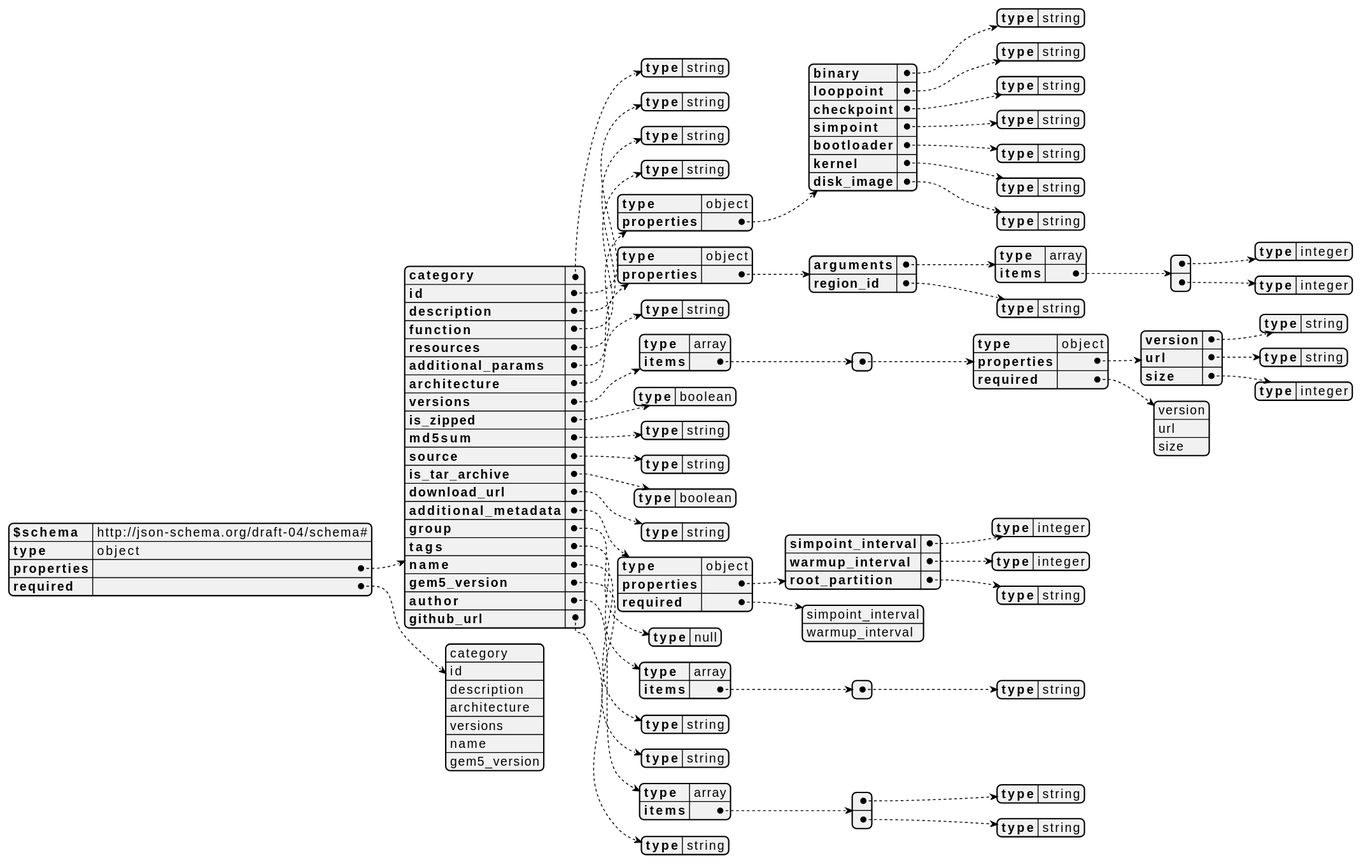
This is docs/JSON_UML.svg from gem5/gem5-resources-website, a PlantUML export, as it was before one commit. The source it was exported from:
```plantuml
@startjson
{
    "$schema": "http://json-schema.org/draft-04/schema#",
    "type": "object",
    "properties": {
      "category": {
        "type": "string"
      },
      "id": {
        "type": "string"
      },
      "description": {
        "type": "string"
      },
      "function": {
        "type": "string"
      },
      "resources": {
        "type": "object",
        "properties": {
          "binary": {
            "type": "string"
          },
          "looppoint": {
            "type": "string"
          },
          "checkpoint": {
            "type": "string"
          },
          "simpoint": {
            "type": "string"
          },
          "bootloader": {
            "type": "string"
          },
          "kernel": {
            "type": "string"
          },
          "disk_image": {
            "type": "string"
          }
        }
      },
      "additional_params": {
        "type": "object",
        "properties": {
          "arguments": {
            "type": "array",
            "items": [
              {
                "type": "integer"
              },
              {
                "type": "integer"
              }
            ]
          },
          "region_id": {
            "type": "string"
          }
        }
      },
      "architecture": {
        "type": "string"
      },
      "versions": {
        "type": "array",
        "items": [
          {
            "type": "object",
            "properties": {
              "version": {
                "type": "string"
              },
              "url": {
                "type": "string"
              },
              "size": {
                "type": "integer"
              }
            },
            "required": [
              "version",
              "url",
              "size"
            ]
          }
        ]
      },
      "is_zipped": {
        "type": "boolean"
      },
      "md5sum": {
        "type": "string"
      },
      "source": {
        "type": "string"
      },
      "is_tar_archive": {
        "type": "boolean"
      },
      "download_url": {
        "type": "string"
      },
      "additional_metadata": {
        "type": "object",
        "properties": {
          "simpoint_interval": {
            "type": "integer"
          },
          "warmup_interval": {
            "type": "integer"
          },
          "root_partition": {
            "type": "string"
          }
        },
        "required": [
          "simpoint_interval",
          "warmup_interval"
        ]
      },
      "group": {
        "type": "null"
      },
      "tags": {
        "type": "array",
        "items": [
          {
            "type": "string"
          }
        ]
      },
      "name": {
        "type": "string"
      },
      "gem5_version": {
        "type": "string"
      },
      "author": {
        "type": "array",
        "items": [
          {
            "type": "string"
          },
          {
            "type": "string"
          }
        ]
      },
      "github_url": {
        "type": "string"
      }
    },
    "required": [
      "category",
      "id",
      "description",
      "architecture",
      "versions",
      "name",
      "gem5_version"
    ]
}
@endjson
```
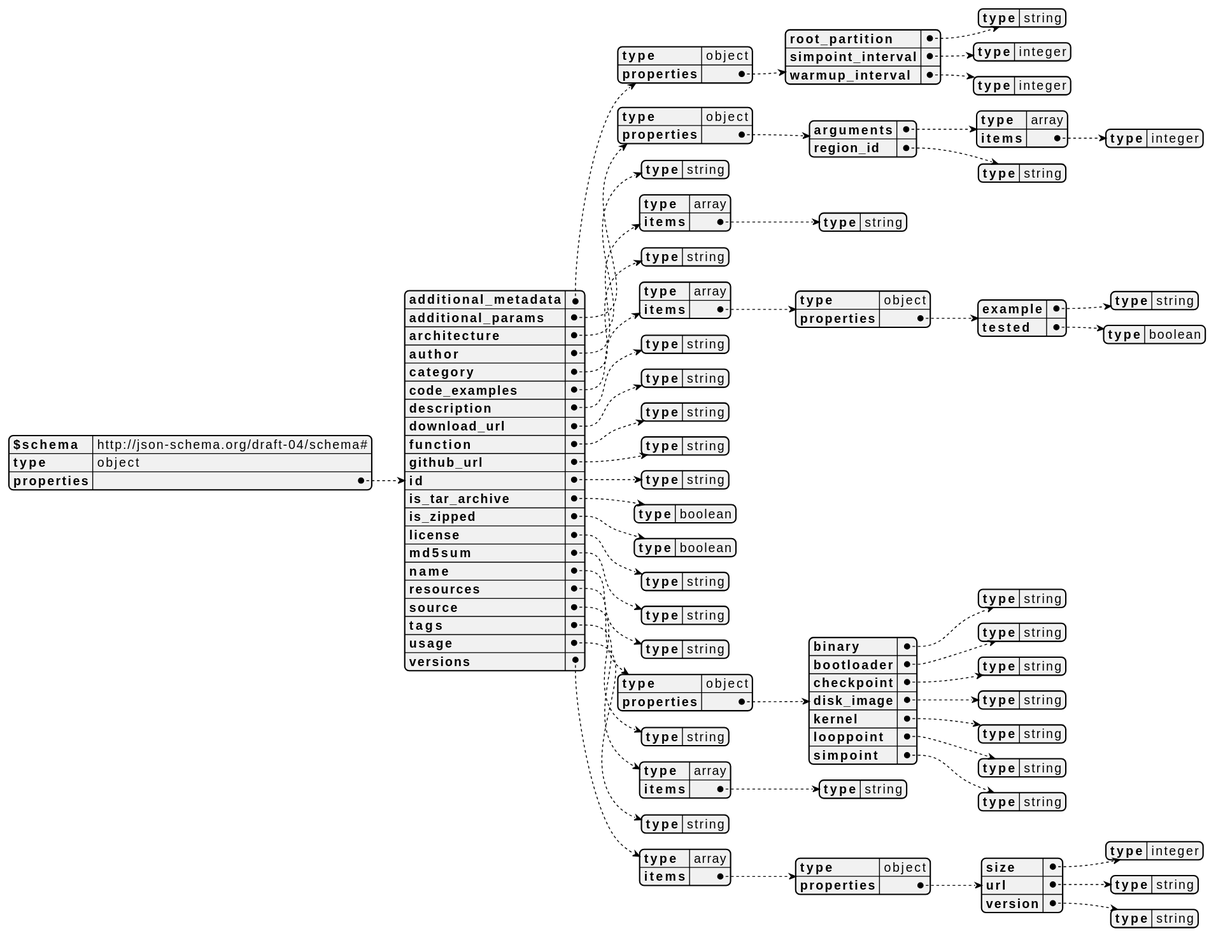
After the commit.

Commit message:
Updated Schemas and schema diagrams

What changed in the source:
```diff
@@ -1,165 +1,147 @@
 @startjson
 {
-    "$schema": "http://json-schema.org/draft-04/schema#",
-    "type": "object",
-    "properties": {
-      "category": {
+  "$schema": "http://json-schema.org/draft-04/schema#",
+  "type": "object",
+  "properties": {
+    "additional_metadata": {
+      "type": "object",
+      "properties": {
+        "root_partition": {
+          "type": "string"
+        },
+        "simpoint_interval": {
+          "type": "integer"
+        },
+        "warmup_interval": {
+          "type": "integer"
+        }
+      }
+    },
+    "additional_params": {
+      "type": "object",
+      "properties": {
+        "arguments": {
+          "type": "array",
+          "items": {
+            "type": "integer"
+          }
+        },
+        "region_id": {
+          "type": "string"
+        }
+      }
+    },
+    "architecture": {
+      "type": "string"
+    },
+    "author": {
+      "type": "array",
+      "items": {
         "type": "string"
-      },
-      "id": {
-        "type": "string"
-      },
-      "description": {
-        "type": "string"
-      },
-      "function": {
-        "type": "string"
-      },
-      "resources": {
+      }
+    },
+    "category": {
+      "type": "string"
+    },
+    "code_examples": {
+      "type": "array",
+      "items": {
         "type": "object",
         "properties": {
-          "binary": {
+          "example": {
             "type": "string"
           },
-          "looppoint": {
+          "tested": {
+            "type": "boolean"
+          }
+        }
+      }
+    },
+    "description": {
+      "type": "string"
+    },
+    "download_url": {
+      "type": "string"
+    },
+    "function": {
+      "type": "string"
+    },
+    "github_url": {
+      "type": "string"
+    },
+    "id": {
+      "type": "string"
+    },
+    "is_tar_archive": {
+      "type": "boolean"
+    },
+    "is_zipped": {
+      "type": "boolean"
+    },
+    "license": {
+      "type": "string"
+    },
+    "md5sum": {
+      "type": "string"
+    },
+    "name": {
+      "type": "string"
+    },
+    "resources": {
+      "type": "object",
+      "properties": {
+        "binary": {
+          "type": "string"
+        },
+        "bootloader": {
+          "type": "string"
+        },
+        "checkpoint": {
+          "type": "string"
+        },
+        "disk_image": {
+          "type": "string"
+        },
+        "kernel": {
+          "type": "string"
+        },
+        "looppoint": {
+          "type": "string"
+        },
+        "simpoint": {
+          "type": "string"
+        }
+      }
+    },
+    "source": {
+      "type": "string"
+    },
+    "tags": {
+      "type": "array",
+      "items": {
+        "type": "string"
+      }
+    },
+    "usage": {
+      "type": "string"
+    },
+    "versions": {
+      "type": "array",
+      "items": {
+        "type": "object",
+        "properties": {
+          "size": {
+            "type": "integer"
+          },
+          "url": {
             "type": "string"
           },
-          "checkpoint": {
-            "type": "string"
-          },
-          "simpoint": {
-            "type": "string"
-          },
-          "bootloader": {
-            "type": "string"
-          },
-          "kernel": {
-            "type": "string"
-          },
-          "disk_image": {
+          "version": {
             "type": "string"
           }
         }
-      },
-      "additional_params": {
-        "type": "object",
-        "properties": {
-          "arguments": {
-            "type": "array",
-            "items": [
-              {
-                "type": "integer"
-              },
-              {
-                "type": "integer"
-              }
-            ]
-          },
-          "region_id": {
-            "type": "string"
-          }
-        }
-      },
-      "architecture": {
-        "type": "string"
-      },
-      "versions": {
-        "type": "array",
-        "items": [
-          {
-            "type": "object",
-            "properties": {
-              "version": {
-                "type": "string"
-              },
-              "url": {
-                "type": "string"
-              },
-              "size": {
-                "type": "integer"
-              }
-            },
-            "required": [
-              "version",
-              "url",
-              "size"
-            ]
-          }
-        ]
-      },
-      "is_zipped": {
-        "type": "boolean"
-      },
-      "md5sum": {
-        "type": "string"
-      },
-      "source": {
-        "type": "string"
-      },
-      "is_tar_archive": {
-        "type": "boolean"
-      },
-      "download_url": {
-        "type": "string"
-      },
-      "additional_metadata": {
-        "type": "object",
-        "properties": {
-          "simpoint_interval": {
-            "type": "integer"
-          },
-          "warmup_interval": {
-            "type": "integer"
-          },
-          "root_partition": {
-            "type": "string"
-          }
-        },
-        "required": [
-          "simpoint_interval",
-          "warmup_interval"
-        ]
-      },
-      "group": {
-        "type": "null"
-      },
-      "tags": {
-        "type": "array",
-        "items": [
-          {
-            "type": "string"
-          }
-        ]
-      },
-      "name": {
-        "type": "string"
-      },
-      "gem5_version": {
-        "type": "string"
-      },
-      "author": {
-        "type": "array",
-        "items": [
-          {
-            "type": "string"
-          },
-          {
-            "type": "string"
-          }
-        ]
-      },
-      "github_url": {
-        "type": "string"
       }
-    },
-    "required": [
-      "category",
-      "id",
-      "description",
-      "architecture",
-      "versions",
-      "name",
-      "gem5_version"
-    ]
+    }
+  }
 }
 @endjson
```
